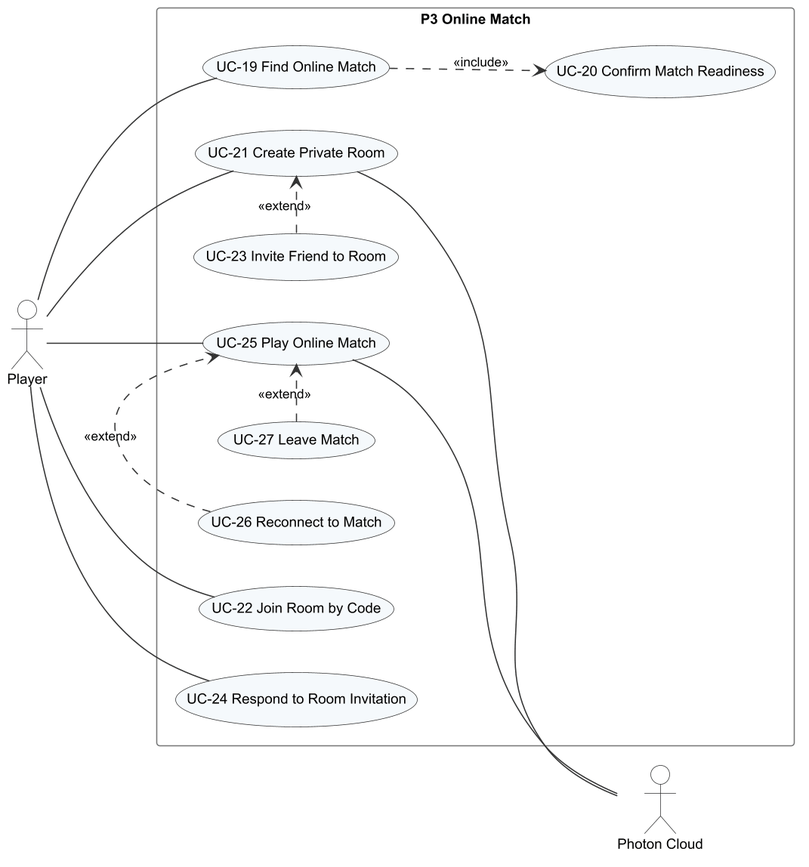
Before: Doc/Project_report/Report/diagrams/png/r3_uc_p3_online.png, a diagram exported from PlantUML (Tad-Min/PickleVerse).
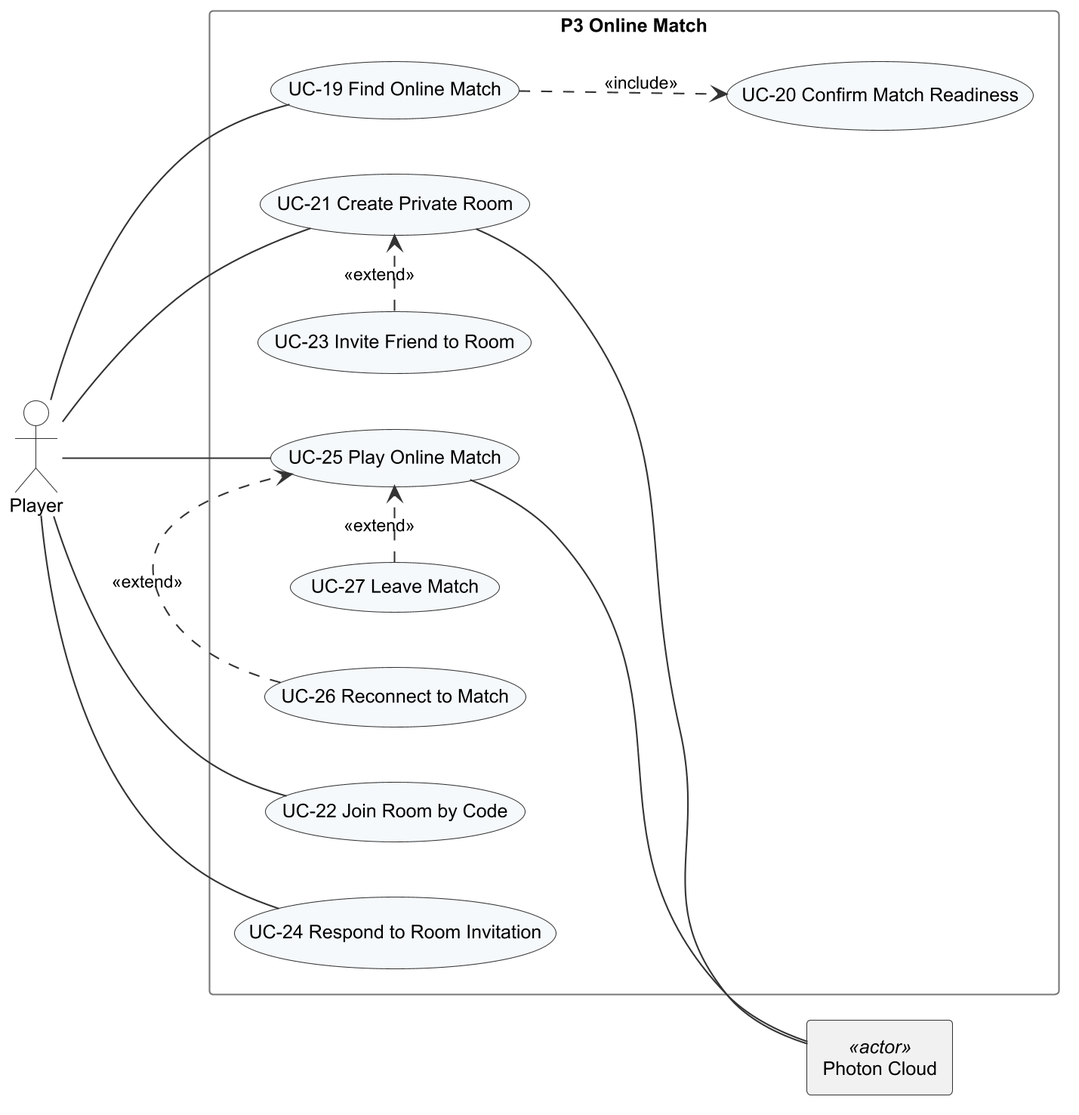
After the commit.

The edit, as a diff of the source:
```diff
@@ -2,7 +2,7 @@
 !include _style.iuml
 left to right direction
 actor Player
-actor "Photon Cloud" as PC
+rectangle "Photon Cloud" as PC <<actor>>
 rectangle "P3 Online Match" {
   usecase "UC-19 Find Online Match" as UC19
   usecase "UC-20 Confirm Match Readiness" as UC20
```
